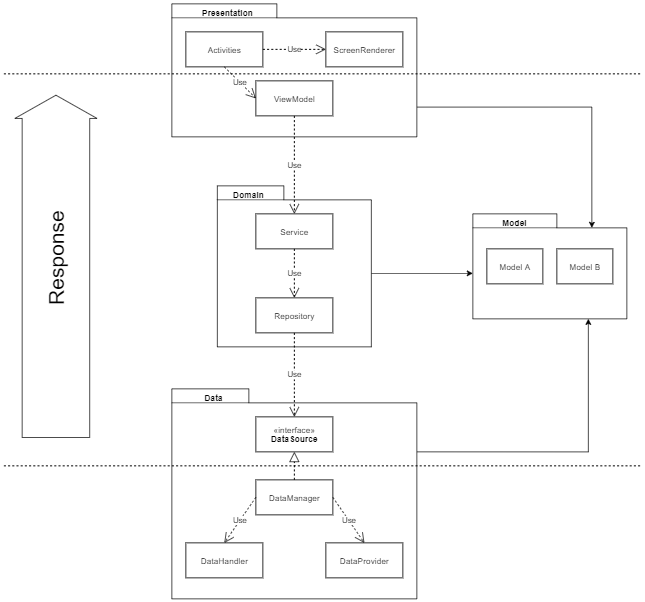
Before: generalfiles/architecture.png, a diagram exported from draw.io (gabrielmleo/serverdrivenrendering). Source tidied: cells renumbered, new cells last; positions are measured from the earlier drawing's top-left corner, leaving out a move shared by most shapes.
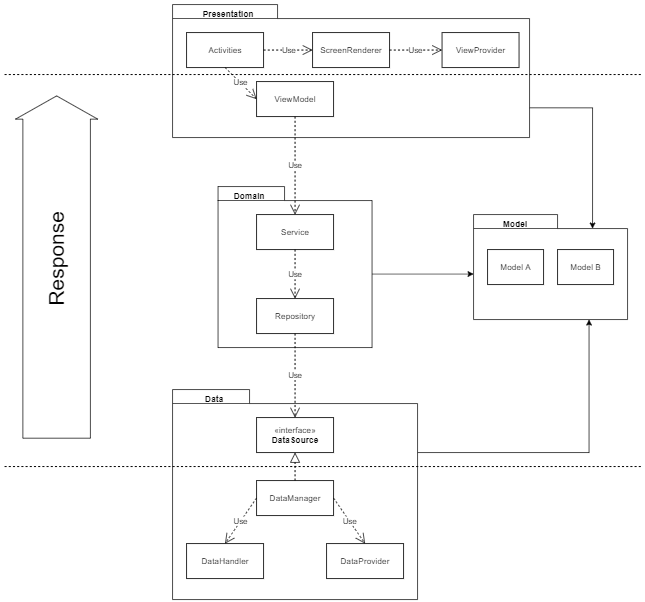
The same diagram one commit later.

Commit message:
Adjust architecture image

The edit, as a diff of the source:
```diff
@@ -2,11 +2,11 @@
   <root>
     <mxCell id="0" />
     <mxCell id="1" parent="0" />
-    <mxCell id="2" style="edgeStyle=orthogonalEdgeStyle;rounded=0;jettySize=auto;html=1;exitX=0;exitY=0;exitDx=350;exitDy=147.5;exitPerimeter=0;entryX=0;entryY=0;entryDx=170;entryDy=20;entryPerimeter=0;" parent="1" edge="1" source="3" target="10">
+    <mxCell id="2" style="edgeStyle=orthogonalEdgeStyle;rounded=0;jettySize=auto;html=1;exitX=0;exitY=0;exitDx=510;exitDy=147.5;exitPerimeter=0;entryX=0;entryY=0;entryDx=170;entryDy=20;entryPerimeter=0;" parent="1" edge="1" source="3" target="10">
       <mxGeometry relative="1" as="geometry" />
     </mxCell>
     <mxCell id="3" style="shape=folder;fontStyle=1;spacingTop=10;tabWidth=150;tabHeight=20;tabPosition=left;html=1;" parent="1" vertex="1">
-      <mxGeometry x="260" width="350" height="190" as="geometry" />
+      <mxGeometry x="260" width="510" height="190" as="geometry" />
     </mxCell>
     <mxCell id="4" style="edgeStyle=orthogonalEdgeStyle;rounded=0;jettySize=auto;html=1;exitX=0;exitY=0;exitDx=220;exitDy=125;exitPerimeter=0;entryX=0;entryY=0;entryDx=0;entryDy=85;entryPerimeter=0;" parent="1" edge="1" source="5" target="10">
       <mxGeometry relative="1" as="geometry" />
@@ -21,7 +21,7 @@
       <mxGeometry x="380" y="110" width="110" height="50" as="geometry" />
     </mxCell>
     <mxCell id="8" value="ScreenRenderer" style="html=1;" parent="1" vertex="1">
-      <mxGeometry x="480" y="40" width="110" height="50" as="geometry" />
+      <mxGeometry x="460" y="40" width="110" height="50" as="geometry" />
     </mxCell>
     <mxCell id="9" value="Service" style="html=1;" parent="1" vertex="1">
       <mxGeometry x="380" y="300" width="110" height="50" as="geometry" />
@@ -113,5 +113,11 @@
     <mxCell id="35" value="&lt;font style=&quot;font-size: 30px&quot;&gt;Response&lt;/font&gt;" style="text;html=1;strokeColor=none;fillColor=none;align=center;verticalAlign=middle;whiteSpace=wrap;rounded=0;rotation=270;" parent="1" vertex="1">
       <mxGeometry y="340" width="190" height="46" as="geometry" />
     </mxCell>
+    <mxCell id="36" value="ViewProvider" style="html=1;" parent="1" vertex="1">
+      <mxGeometry x="645" y="40" width="110" height="50" as="geometry" />
+    </mxCell>
+    <mxCell id="37" value="Use" style="endArrow=open;endSize=12;dashed=1;html=1;exitX=1;exitY=0.5;exitDx=0;exitDy=0;entryX=0;entryY=0.5;entryDx=0;entryDy=0;" parent="1" edge="1" source="8" target="36">
+      <mxGeometry relative="1" as="geometry" />
+    </mxCell>
   </root>
 </mxGraphModel>
```
